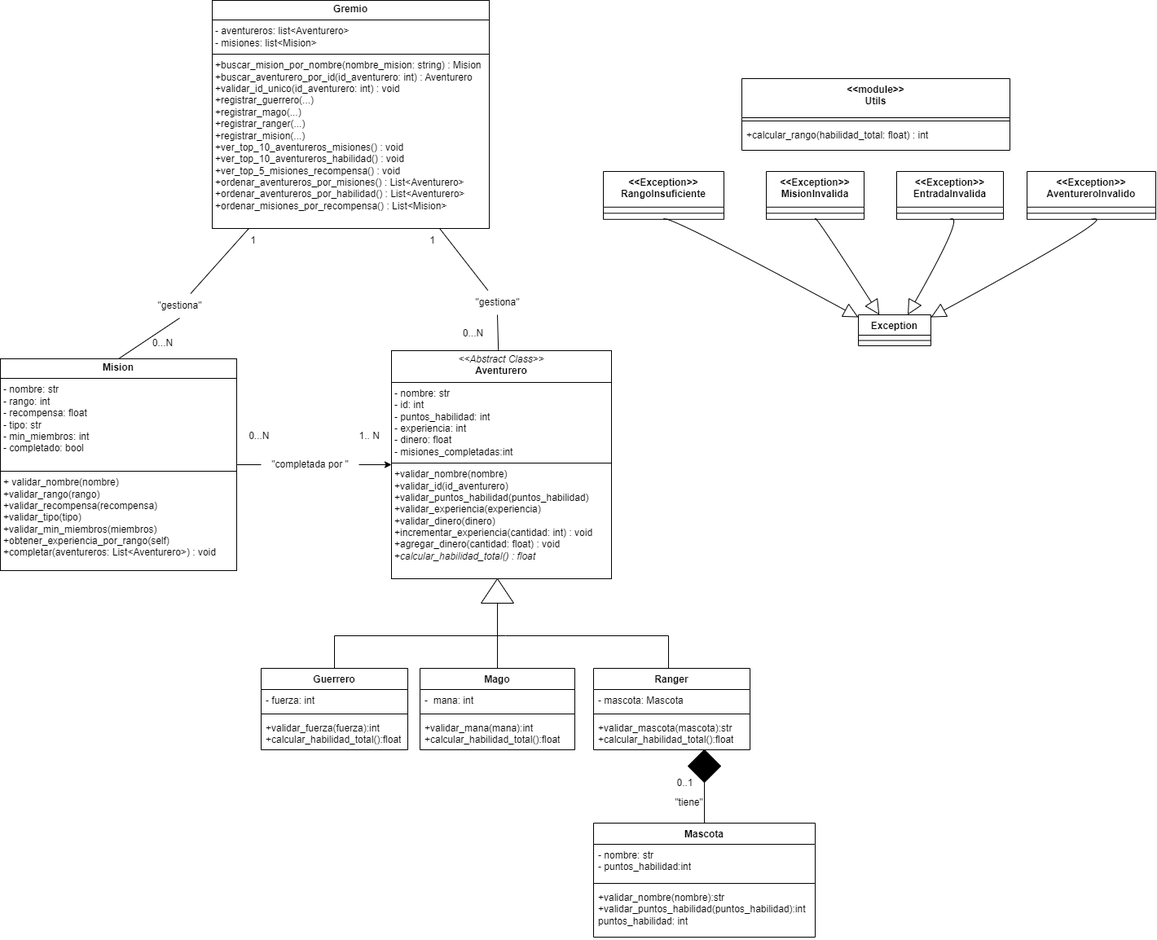
This is diagrama_uml.png from gbetancurtUM/ObligatorioProg1, a draw.io export, as it was before one commit. Source tidied: cells renumbered, new cells last; positions are measured from the earlier drawing's top-left corner, leaving out a move shared by most shapes.
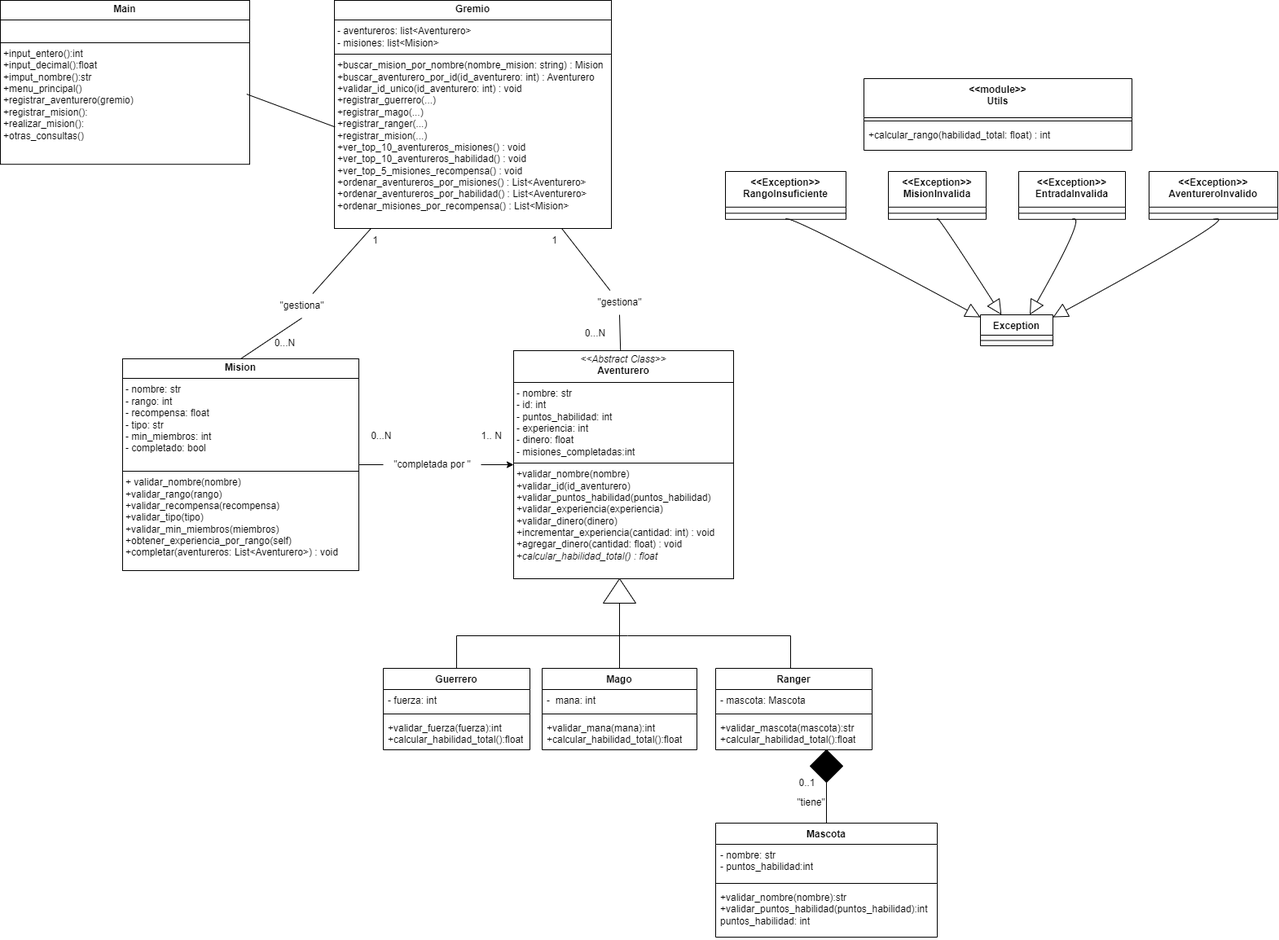
Later version of the same file.

Commit message:
uml actualizado con main

The edit, as a diff of the source:
```diff
@@ -203,5 +203,11 @@
     <mxCell id="59" value="0...N" style="text;html=1;align=center;verticalAlign=middle;strokeColor=none;fillColor=none;" parent="1" vertex="1">
       <mxGeometry x="555" y="394" width="50" height="30" as="geometry" />
     </mxCell>
+    <mxCell id="60" value="&lt;p style=&quot;margin:0px;margin-top:4px;text-align:center;&quot;&gt;&lt;b&gt;Main&lt;/b&gt;&lt;/p&gt;&lt;hr size=&quot;1&quot; style=&quot;border-style:solid;&quot;&gt;&lt;p style=&quot;margin:0px;margin-left:4px;&quot;&gt;&lt;br&gt;&lt;/p&gt;&lt;hr size=&quot;1&quot; style=&quot;border-style:solid;&quot;&gt;&lt;p style=&quot;margin:0px;margin-left:4px;&quot;&gt;&lt;span style=&quot;color: rgba(0, 0, 0, 0); font-family: monospace; font-size: 0px; text-wrap: nowrap;&quot;&gt;%3CmxGraphModel%3E%3Croot%3E%3CmxCell%20id%3D%220%22%2F%3E%3CmxCell%20id%3D%221%22%20parent%3D%220%22%2F%3E%3CmxCell%20id%3D%222%22%20value%3D%22%2Bbuscar_mision_por_nombre(nombre_mision%3A%20string)%20%3A%20Mision%22%20style%3D%22text%3BstrokeColor%3Dnone%3BfillColor%3Dnone%3Balign%3Dleft%3BverticalAlign%3Dtop%3BspacingLeft%3D4%3BspacingRight%3D4%3Boverflow%3Dhidden%3Brotatable%3D0%3Bpoints%3D%5B%5B0%2C0.5%5D%2C%5B1%2C0.5%5D%5D%3BportConstraint%3Deastwest%3B%22%20vertex%3D%221%22%20parent%3D%221%22%3E%3CmxGeometry%20x%3D%2220%22%20y%3D%221257.5882352941176%22%20width%3D%22451%22%20height%3D%2225%22%20as%3D%22geometry%22%2F%3E%3C%2FmxCell%3E%3C%2Froot%3E%3C%2FmxGraphModel%3Eb+++a+++++as&lt;/span&gt;&lt;span style=&quot;text-wrap: nowrap; background-color: initial;&quot;&gt;+input_entero():int&lt;/span&gt;&lt;/p&gt;&lt;p style=&quot;margin:0px;margin-left:4px;&quot;&gt;&lt;span style=&quot;text-wrap: nowrap; background-color: initial;&quot;&gt;+input_decimal():float&lt;/span&gt;&lt;/p&gt;&lt;p style=&quot;margin:0px;margin-left:4px;&quot;&gt;&lt;span style=&quot;text-wrap: nowrap; background-color: initial;&quot;&gt;+imput_nombre():str&lt;/span&gt;&lt;/p&gt;&lt;p style=&quot;margin:0px;margin-left:4px;&quot;&gt;&lt;span style=&quot;text-wrap: nowrap; background-color: initial;&quot;&gt;+menu_principal()&lt;/span&gt;&lt;/p&gt;&lt;p style=&quot;margin:0px;margin-left:4px;&quot;&gt;&lt;span style=&quot;text-wrap: nowrap;&quot;&gt;+registrar_aventurero(gremio)&lt;/span&gt;&lt;/p&gt;&lt;p style=&quot;margin:0px;margin-left:4px;&quot;&gt;&lt;span style=&quot;text-wrap: nowrap;&quot;&gt;+registrar_mision():&lt;/span&gt;&lt;/p&gt;&lt;p style=&quot;margin:0px;margin-left:4px;&quot;&gt;&lt;span style=&quot;text-wrap: nowrap;&quot;&gt;+realizar_mision():&lt;/span&gt;&lt;/p&gt;&lt;p style=&quot;margin:0px;margin-left:4px;&quot;&gt;&lt;span style=&quot;text-wrap: nowrap;&quot;&gt;+otras_consultas()&lt;/span&gt;&lt;/p&gt;&lt;p style=&quot;margin:0px;margin-left:4px;&quot;&gt;&lt;span style=&quot;text-wrap: nowrap;&quot;&gt;&lt;br&gt;&lt;/span&gt;&lt;/p&gt;&lt;p style=&quot;margin:0px;margin-left:4px;&quot;&gt;&lt;span style=&quot;text-wrap: nowrap; background-color: initial;&quot;&gt;&lt;font face=&quot;monospace&quot; color=&quot;rgba(0, 0, 0, 0)&quot;&gt;&lt;span style=&quot;font-size: 0px;&quot;&gt;input_e&lt;/span&gt;&lt;/font&gt;&lt;/span&gt;&lt;/p&gt;&lt;p style=&quot;margin:0px;margin-left:4px;&quot;&gt;&lt;span style=&quot;text-wrap: nowrap; background-color: initial;&quot;&gt;&lt;font face=&quot;monospace&quot; color=&quot;rgba(0, 0, 0, 0)&quot;&gt;&lt;span style=&quot;font-size: 0px;&quot;&gt;&lt;br&gt;&lt;/span&gt;&lt;/font&gt;&lt;/span&gt;&lt;/p&gt;&lt;p style=&quot;margin: 0px 0px 0px 4px;&quot;&gt;&lt;span style=&quot;text-wrap: nowrap;&quot;&gt;&lt;br&gt;&lt;/span&gt;&lt;/p&gt;&lt;p style=&quot;margin: 0px 0px 0px 4px;&quot;&gt;&lt;span style=&quot;text-wrap: nowrap;&quot;&gt;&lt;br&gt;&lt;/span&gt;&lt;/p&gt;&lt;p style=&quot;margin: 0px 0px 0px 4px;&quot;&gt;&lt;span style=&quot;text-wrap: nowrap;&quot;&gt;&lt;br&gt;&lt;/span&gt;&lt;/p&gt;" style="verticalAlign=top;align=left;overflow=fill;html=1;whiteSpace=wrap;" parent="1" vertex="1">
+      <mxGeometry x="-150" width="306" height="201.2" as="geometry" />
+    </mxCell>
+    <mxCell id="61" style="endArrow=none;html=1;rounded=0;exitX=0.988;exitY=0.572;exitDx=0;exitDy=0;exitPerimeter=0;entryX=0.002;entryY=0.555;entryDx=0;entryDy=0;entryPerimeter=0;" parent="1" edge="1" source="60" target="21">
+      <mxGeometry relative="1" as="geometry" />
+    </mxCell>
   </root>
 </mxGraphModel>
```
